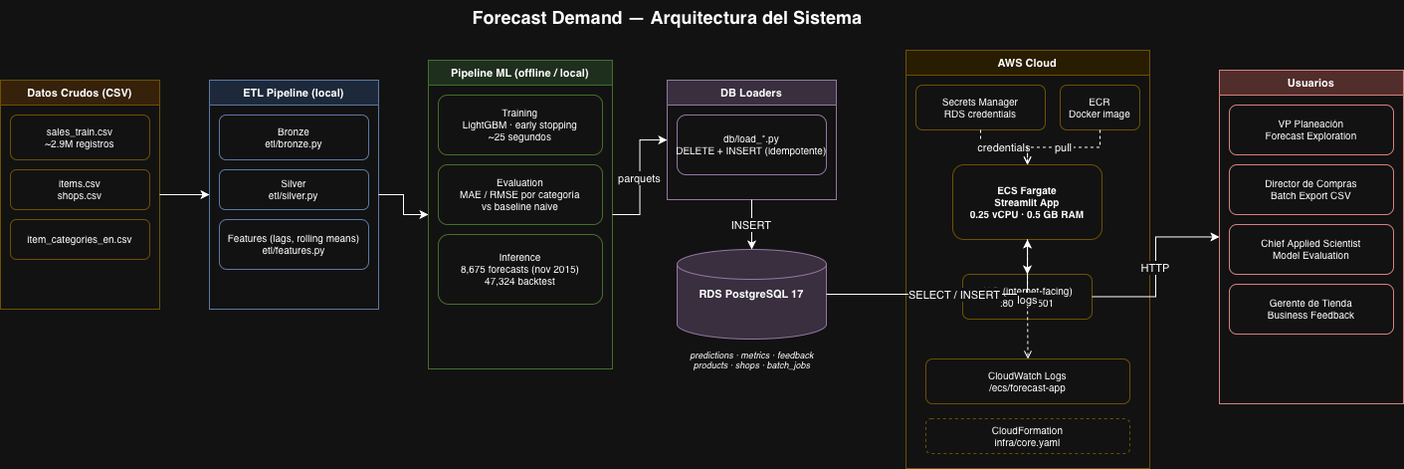
Earlier version of the draw.io export docs/screenshots/arquitectura.drawio.png (AntonioEJ/data-product-forecasting). Source tidied: cells renumbered, new cells last; positions are measured from the earlier drawing's top-left corner, leaving out a move shared by most shapes. Source of this version:
```xml
<mxGraphModel>
  <root>
    <mxCell id="0" />
    <mxCell id="1" parent="0" />
    <mxCell id="2" value="Forecast Demand — Arquitectura del Sistema" style="text;html=1;align=center;fontStyle=1;fontSize=18;" parent="1" vertex="1">
      <mxGeometry x="270" width="800" height="40" as="geometry" />
    </mxCell>
    <mxCell id="3" value="Datos Crudos (CSV)" style="swimlane;startSize=25;fillColor=#FFE6CC;strokeColor=#d6b656;fontStyle=1;fontSize=11;" parent="1" vertex="1">
      <mxGeometry y="80" width="160" height="230" as="geometry" />
    </mxCell>
    <mxCell id="4" value="sales_train.csv&#10;~2.9M registros" style="rounded=1;fillColor=#ffffff;strokeColor=#d6b656;fontSize=10;" parent="3" vertex="1">
      <mxGeometry x="10" y="35" width="140" height="45" as="geometry" />
    </mxCell>
    <mxCell id="5" value="items.csv&#10;shops.csv" style="rounded=1;fillColor=#ffffff;strokeColor=#d6b656;fontSize=10;" parent="3" vertex="1">
      <mxGeometry x="10" y="90" width="140" height="40" as="geometry" />
    </mxCell>
    <mxCell id="6" value="item_categories_en.csv" style="rounded=1;fillColor=#ffffff;strokeColor=#d6b656;fontSize=10;" parent="3" vertex="1">
      <mxGeometry x="10" y="140" width="140" height="40" as="geometry" />
    </mxCell>
    <mxCell id="7" value="ETL Pipeline (local)" style="swimlane;startSize=25;fillColor=#DAE8FC;strokeColor=#6c8ebf;fontStyle=1;fontSize=11;" parent="1" vertex="1">
      <mxGeometry x="210" y="80" width="170" height="230" as="geometry" />
    </mxCell>
    <mxCell id="8" value="Bronze&#10;etl/bronze.py" style="rounded=1;fillColor=#ffffff;strokeColor=#6c8ebf;fontSize=10;" parent="7" vertex="1">
      <mxGeometry x="10" y="35" width="150" height="45" as="geometry" />
    </mxCell>
    <mxCell id="9" value="Silver&#10;etl/silver.py" style="rounded=1;fillColor=#ffffff;strokeColor=#6c8ebf;fontSize=10;" parent="7" vertex="1">
      <mxGeometry x="10" y="90" width="150" height="40" as="geometry" />
    </mxCell>
    <mxCell id="10" value="Features (lags, rolling means)&#10;etl/features.py" style="rounded=1;fillColor=#ffffff;strokeColor=#6c8ebf;fontSize=10;" parent="7" vertex="1">
      <mxGeometry x="10" y="140" width="150" height="50" as="geometry" />
    </mxCell>
    <mxCell id="11" value="Pipeline ML (offline / local)" style="swimlane;startSize=25;fillColor=#D5E8D4;strokeColor=#82b366;fontStyle=1;fontSize=11;" parent="1" vertex="1">
      <mxGeometry x="430" y="60" width="185" height="310" as="geometry" />
    </mxCell>
    <mxCell id="12" value="Training&#10;LightGBM · early stopping&#10;~25 segundos" style="rounded=1;fillColor=#ffffff;strokeColor=#82b366;fontSize=10;" parent="11" vertex="1">
      <mxGeometry x="10" y="35" width="165" height="60" as="geometry" />
    </mxCell>
    <mxCell id="13" value="Evaluation&#10;MAE / RMSE por categoría&#10;vs baseline naive" style="rounded=1;fillColor=#ffffff;strokeColor=#82b366;fontSize=10;" parent="11" vertex="1">
      <mxGeometry x="10" y="105" width="165" height="60" as="geometry" />
    </mxCell>
    <mxCell id="14" value="Inference&#10;8,675 forecasts (nov 2015)&#10;47,324 backtest" style="rounded=1;fillColor=#ffffff;strokeColor=#82b366;fontSize=10;" parent="11" vertex="1">
      <mxGeometry x="10" y="175" width="165" height="70" as="geometry" />
    </mxCell>
    <mxCell id="15" value="DB Loaders" style="swimlane;startSize=25;fillColor=#E1D5E7;strokeColor=#9673a6;fontStyle=1;fontSize=11;" parent="1" vertex="1">
      <mxGeometry x="670" y="80" width="170" height="120" as="geometry" />
    </mxCell>
    <mxCell id="16" value="db/load_*.py&#10;DELETE + INSERT (idempotente)" style="rounded=1;fillColor=#ffffff;strokeColor=#9673a6;fontSize=10;" parent="15" vertex="1">
      <mxGeometry x="10" y="35" width="150" height="60" as="geometry" />
    </mxCell>
    <mxCell id="17" value="RDS PostgreSQL 17" style="shape=cylinder3;whiteSpace=wrap;html=1;fillColor=#E1D5E7;strokeColor=#9673a6;fontStyle=1;fontSize=11;" parent="1" vertex="1">
      <mxGeometry x="680" y="250" width="150" height="90" as="geometry" />
    </mxCell>
    <mxCell id="18" value="predictions · metrics · feedback&#10;products · shops · batch_jobs" style="text;html=1;align=center;fontSize=9;fontStyle=2;" parent="1" vertex="1">
      <mxGeometry x="665" y="345" width="180" height="35" as="geometry" />
    </mxCell>
    <mxCell id="19" value="AWS Cloud" style="swimlane;startSize=25;fillColor=#FFF2CC;strokeColor=#d6b656;fontStyle=1;fontSize=11;" parent="1" vertex="1">
      <mxGeometry x="910" y="50" width="245" height="420" as="geometry" />
    </mxCell>
    <mxCell id="20" value="Secrets Manager&#10;RDS credentials" style="rounded=1;fillColor=#ffffff;strokeColor=#d6b656;fontSize=10;" parent="19" vertex="1">
      <mxGeometry x="10" y="35" width="130" height="45" as="geometry" />
    </mxCell>
    <mxCell id="21" value="ECR&#10;Docker image" style="rounded=1;fillColor=#ffffff;strokeColor=#d6b656;fontSize=10;" parent="19" vertex="1">
      <mxGeometry x="155" y="35" width="80" height="45" as="geometry" />
    </mxCell>
    <mxCell id="22" value="ECS Fargate&#10;Streamlit App&#10;0.25 vCPU · 0.5 GB RAM" style="rounded=1;fillColor=#ffffff;strokeColor=#d6b656;fontStyle=1;fontSize=10;" parent="19" vertex="1">
      <mxGeometry x="47" y="115" width="150" height="75" as="geometry" />
    </mxCell>
    <mxCell id="23" value="ALB (internet-facing)&#10;:80 → :8501" style="rounded=1;fillColor=#ffffff;strokeColor=#d6b656;fontSize=10;" parent="19" vertex="1">
      <mxGeometry x="57" y="225" width="130" height="45" as="geometry" />
    </mxCell>
    <mxCell id="24" value="CloudWatch Logs&#10;/ecs/forecast-app" style="rounded=1;fillColor=#ffffff;strokeColor=#d6b656;fontSize=10;" parent="19" vertex="1">
      <mxGeometry x="20" y="310" width="205" height="45" as="geometry" />
    </mxCell>
    <mxCell id="25" value="CloudFormation&#10;infra/core.yaml" style="rounded=1;fillColor=#ffffff;strokeColor=#d6b656;fontSize=10;dashed=1;" parent="19" vertex="1">
      <mxGeometry x="20" y="370" width="205" height="35" as="geometry" />
    </mxCell>
    <mxCell id="26" value="Usuarios" style="swimlane;startSize=25;fillColor=#F8CECC;strokeColor=#b85450;fontStyle=1;fontSize=11;" parent="1" vertex="1">
      <mxGeometry x="1225" y="70" width="185" height="335" as="geometry" />
    </mxCell>
    <mxCell id="27" value="VP Planeación&#10;Forecast Exploration" style="rounded=1;fillColor=#ffffff;strokeColor=#b85450;fontSize=10;" parent="26" vertex="1">
      <mxGeometry x="10" y="35" width="165" height="50" as="geometry" />
    </mxCell>
    <mxCell id="28" value="Director de Compras&#10;Batch Export CSV" style="rounded=1;fillColor=#ffffff;strokeColor=#b85450;fontSize=10;" parent="26" vertex="1">
      <mxGeometry x="10" y="95" width="165" height="50" as="geometry" />
    </mxCell>
    <mxCell id="29" value="Chief Applied Scientist&#10;Model Evaluation" style="rounded=1;fillColor=#ffffff;strokeColor=#b85450;fontSize=10;" parent="26" vertex="1">
      <mxGeometry x="10" y="155" width="165" height="50" as="geometry" />
    </mxCell>
    <mxCell id="30" value="Gerente de Tienda&#10;Business Feedback" style="rounded=1;fillColor=#ffffff;strokeColor=#b85450;fontSize=10;" parent="26" vertex="1">
      <mxGeometry x="10" y="215" width="165" height="50" as="geometry" />
    </mxCell>
    <mxCell id="31" style="edgeStyle=orthogonalEdgeStyle;rounded=0;" parent="1" edge="1" source="3" target="7">
      <mxGeometry relative="1" as="geometry" />
    </mxCell>
    <mxCell id="32" style="edgeStyle=orthogonalEdgeStyle;rounded=0;" parent="1" edge="1" source="7" target="11">
      <mxGeometry relative="1" as="geometry" />
    </mxCell>
    <mxCell id="33" value="parquets" style="edgeStyle=orthogonalEdgeStyle;rounded=0;" parent="1" edge="1" source="11" target="15">
      <mxGeometry relative="1" as="geometry" />
    </mxCell>
    <mxCell id="34" value="INSERT" style="edgeStyle=orthogonalEdgeStyle;rounded=0;" parent="1" edge="1" source="15" target="17">
      <mxGeometry relative="1" as="geometry" />
    </mxCell>
    <mxCell id="35" value="SELECT / INSERT" style="edgeStyle=orthogonalEdgeStyle;rounded=0;" parent="1" edge="1" source="17" target="22">
      <mxGeometry relative="1" as="geometry" />
    </mxCell>
    <mxCell id="36" value="credentials" style="edgeStyle=orthogonalEdgeStyle;rounded=0;dashed=1;endArrow=open;endFill=0;" parent="1" edge="1" source="20" target="22">
      <mxGeometry relative="1" as="geometry" />
    </mxCell>
    <mxCell id="37" value="pull" style="edgeStyle=orthogonalEdgeStyle;rounded=0;dashed=1;endArrow=open;endFill=0;" parent="1" edge="1" source="21" target="22">
      <mxGeometry relative="1" as="geometry" />
    </mxCell>
    <mxCell id="38" style="edgeStyle=orthogonalEdgeStyle;rounded=0;" parent="1" edge="1" source="22" target="23">
      <mxGeometry relative="1" as="geometry" />
    </mxCell>
    <mxCell id="39" value="logs" style="edgeStyle=orthogonalEdgeStyle;rounded=0;dashed=1;endArrow=open;endFill=0;" parent="1" edge="1" source="22" target="24">
      <mxGeometry relative="1" as="geometry" />
    </mxCell>
    <mxCell id="40" value="HTTP" style="edgeStyle=orthogonalEdgeStyle;rounded=0;" parent="1" edge="1" source="23" target="26">
      <mxGeometry relative="1" as="geometry" />
    </mxCell>
  </root>
</mxGraphModel>
```
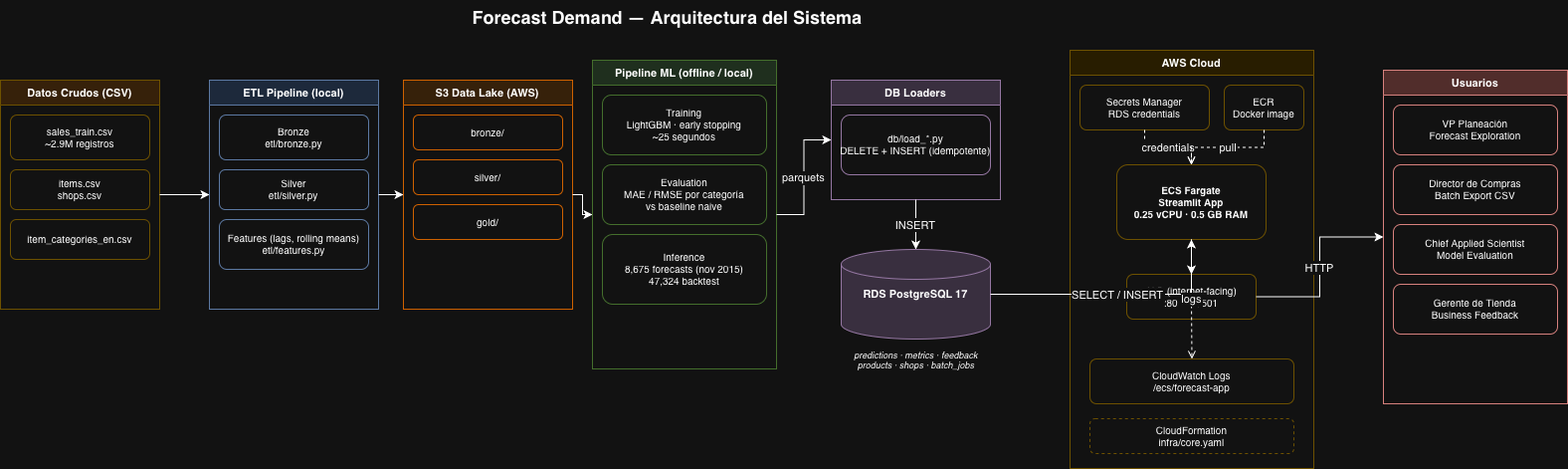
The same file after the commit.

Commit message:
docs: update architecture diagram PNG

What changed in the source:
```diff
@@ -3,10 +3,10 @@
     <mxCell id="0" />
     <mxCell id="1" parent="0" />
     <mxCell id="2" value="Forecast Demand — Arquitectura del Sistema" style="text;html=1;align=center;fontStyle=1;fontSize=18;" parent="1" vertex="1">
-      <mxGeometry x="270" width="800" height="40" as="geometry" />
+      <mxGeometry x="105" width="800" height="40" as="geometry" />
     </mxCell>
     <mxCell id="3" value="Datos Crudos (CSV)" style="swimlane;startSize=25;fillColor=#FFE6CC;strokeColor=#d6b656;fontStyle=1;fontSize=11;" parent="1" vertex="1">
-      <mxGeometry y="80" width="160" height="230" as="geometry" />
+      <mxGeometry x="-165" y="80" width="160" height="230" as="geometry" />
     </mxCell>
     <mxCell id="4" value="sales_train.csv&#10;~2.9M registros" style="rounded=1;fillColor=#ffffff;strokeColor=#d6b656;fontSize=10;" parent="3" vertex="1">
       <mxGeometry x="10" y="35" width="140" height="45" as="geometry" />
@@ -18,7 +18,7 @@
       <mxGeometry x="10" y="140" width="140" height="40" as="geometry" />
     </mxCell>
     <mxCell id="7" value="ETL Pipeline (local)" style="swimlane;startSize=25;fillColor=#DAE8FC;strokeColor=#6c8ebf;fontStyle=1;fontSize=11;" parent="1" vertex="1">
-      <mxGeometry x="210" y="80" width="170" height="230" as="geometry" />
+      <mxGeometry x="45" y="80" width="170" height="230" as="geometry" />
     </mxCell>
     <mxCell id="8" value="Bronze&#10;etl/bronze.py" style="rounded=1;fillColor=#ffffff;strokeColor=#6c8ebf;fontSize=10;" parent="7" vertex="1">
       <mxGeometry x="10" y="35" width="150" height="45" as="geometry" />
@@ -29,6 +29,18 @@
     <mxCell id="10" value="Features (lags, rolling means)&#10;etl/features.py" style="rounded=1;fillColor=#ffffff;strokeColor=#6c8ebf;fontSize=10;" parent="7" vertex="1">
       <mxGeometry x="10" y="140" width="150" height="50" as="geometry" />
     </mxCell>
+    <mxCell id="41" value="S3 Data Lake (AWS)" style="swimlane;startSize=25;fillColor=#FFE6CC;strokeColor=#FF8000;fontStyle=1;fontSize=11;" parent="1" vertex="1">
+      <mxGeometry x="240" y="80" width="170" height="230" as="geometry" />
+    </mxCell>
+    <mxCell id="42" value="bronze/" style="rounded=1;fillColor=#ffffff;strokeColor=#FF8000;fontSize=10;" parent="41" vertex="1">
+      <mxGeometry x="10" y="35" width="150" height="35" as="geometry" />
+    </mxCell>
+    <mxCell id="43" value="silver/" style="rounded=1;fillColor=#ffffff;strokeColor=#FF8000;fontSize=10;" parent="41" vertex="1">
+      <mxGeometry x="10" y="80" width="150" height="35" as="geometry" />
+    </mxCell>
+    <mxCell id="44" value="gold/" style="rounded=1;fillColor=#ffffff;strokeColor=#FF8000;fontSize=10;" parent="41" vertex="1">
+      <mxGeometry x="10" y="125" width="150" height="35" as="geometry" />
+    </mxCell>
     <mxCell id="11" value="Pipeline ML (offline / local)" style="swimlane;startSize=25;fillColor=#D5E8D4;strokeColor=#82b366;fontStyle=1;fontSize=11;" parent="1" vertex="1">
       <mxGeometry x="430" y="60" width="185" height="310" as="geometry" />
     </mxCell>
@@ -92,9 +104,12 @@
     <mxCell id="31" style="edgeStyle=orthogonalEdgeStyle;rounded=0;" parent="1" edge="1" source="3" target="7">
       <mxGeometry relative="1" as="geometry" />
     </mxCell>
-    <mxCell id="32" style="edgeStyle=orthogonalEdgeStyle;rounded=0;" parent="1" edge="1" source="7" target="11">
+    <mxCell id="32" style="edgeStyle=orthogonalEdgeStyle;rounded=0;" parent="1" edge="1" source="7" target="41">
       <mxGeometry relative="1" as="geometry" />
     </mxCell>
+    <mxCell id="45" style="edgeStyle=orthogonalEdgeStyle;rounded=0;" parent="1" edge="1" source="41" target="11">
+      <mxGeometry relative="1" as="geometry" />
+    </mxCell>
     <mxCell id="33" value="parquets" style="edgeStyle=orthogonalEdgeStyle;rounded=0;" parent="1" edge="1" source="11" target="15">
       <mxGeometry relative="1" as="geometry" />
     </mxCell>
```
